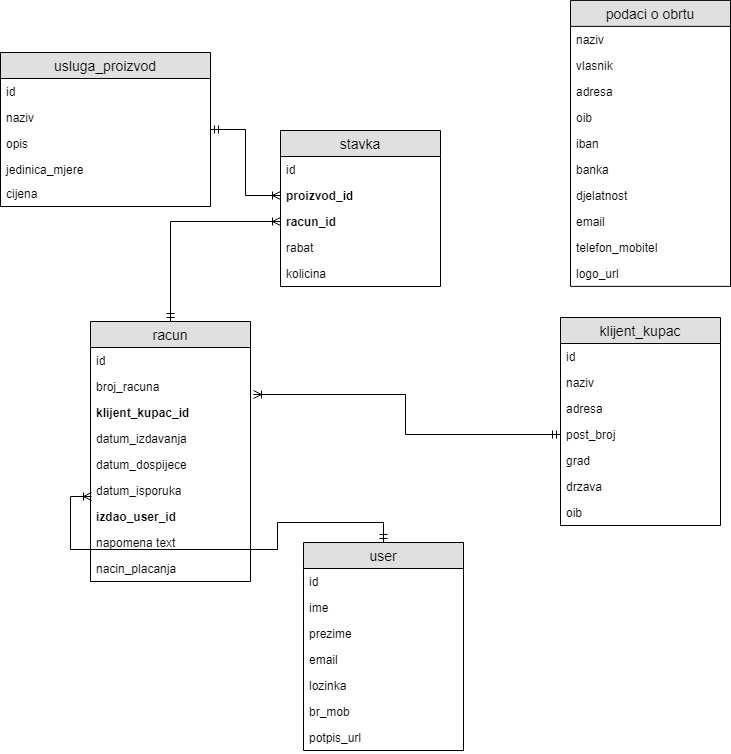
Before: izdavanje_racuna_za_pausalni_obrt-ERD.png, a diagram exported from draw.io (delaga/Pausalni_obrt_ZR). Source tidied: cells renumbered, new cells last; positions are measured from the earlier drawing's top-left corner, leaving out a move shared by most shapes.
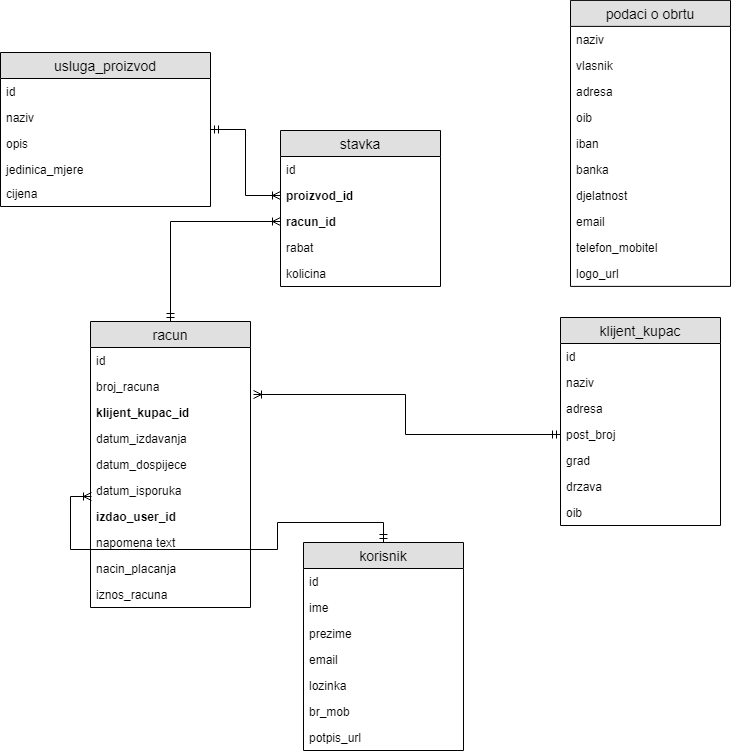
After the change.

Commit message:
ERD finale

What changed in the source:
```diff
@@ -63,7 +63,7 @@
       <mxGeometry relative="1" as="geometry" />
     </mxCell>
     <mxCell id="22" value="racun" style="swimlane;fontStyle=0;horizontal=1;startSize=26;fillColor=#e0e0e0;swimlaneFillColor=#ffffff;align=center;fontSize=14;" parent="1" vertex="1">
-      <mxGeometry x="90" y="321" width="160" height="260" as="geometry" />
+      <mxGeometry x="90" y="321" width="160" height="286" as="geometry" />
     </mxCell>
     <mxCell id="23" value="id" style="text;strokeColor=none;fillColor=none;spacingLeft=4;spacingRight=4;overflow=hidden;fontSize=12;" parent="22" vertex="1">
       <mxGeometry y="26" width="160" height="26" as="geometry" />
@@ -92,6 +92,9 @@
     <mxCell id="31" value="nacin_placanja" style="text;strokeColor=none;fillColor=none;spacingLeft=4;spacingRight=4;overflow=hidden;fontSize=12;" parent="22" vertex="1">
       <mxGeometry y="234" width="160" height="26" as="geometry" />
     </mxCell>
+    <mxCell id="55" value="iznos_racuna" style="text;strokeColor=none;fillColor=none;spacingLeft=4;spacingRight=4;overflow=hidden;fontSize=12;" parent="22" vertex="1">
+      <mxGeometry y="260" width="160" height="26" as="geometry" />
+    </mxCell>
     <mxCell id="32" style="edgeStyle=orthogonalEdgeStyle;rounded=0;jettySize=auto;html=1;entryX=0;entryY=0.5;entryDx=0;entryDy=0;startArrow=ERmandOne;startFill=0;endArrow=ERoneToMany;endFill=0;" parent="1" edge="1" source="33" target="42">
       <mxGeometry relative="1" as="geometry" />
     </mxCell>
@@ -137,7 +140,7 @@
     <mxCell id="46" style="edgeStyle=orthogonalEdgeStyle;rounded=0;jettySize=auto;html=1;entryX=0.005;entryY=-0.277;entryDx=0;entryDy=0;entryPerimeter=0;startArrow=ERmandOne;startFill=0;endArrow=ERoneToMany;endFill=0;" parent="1" edge="1" source="47" target="29">
       <mxGeometry relative="1" as="geometry" />
     </mxCell>
-    <mxCell id="47" value="user" style="swimlane;fontStyle=0;horizontal=1;startSize=26;fillColor=#e0e0e0;swimlaneFillColor=#ffffff;align=center;fontSize=14;" parent="1" vertex="1">
+    <mxCell id="47" value="korisnik" style="swimlane;fontStyle=0;horizontal=1;startSize=26;fillColor=#e0e0e0;swimlaneFillColor=#ffffff;align=center;fontSize=14;" parent="1" vertex="1">
       <mxGeometry x="303" y="542" width="160" height="208" as="geometry" />
     </mxCell>
     <mxCell id="48" value="id" style="text;strokeColor=none;fillColor=none;spacingLeft=4;spacingRight=4;overflow=hidden;fontSize=12;" parent="47" vertex="1">
```
